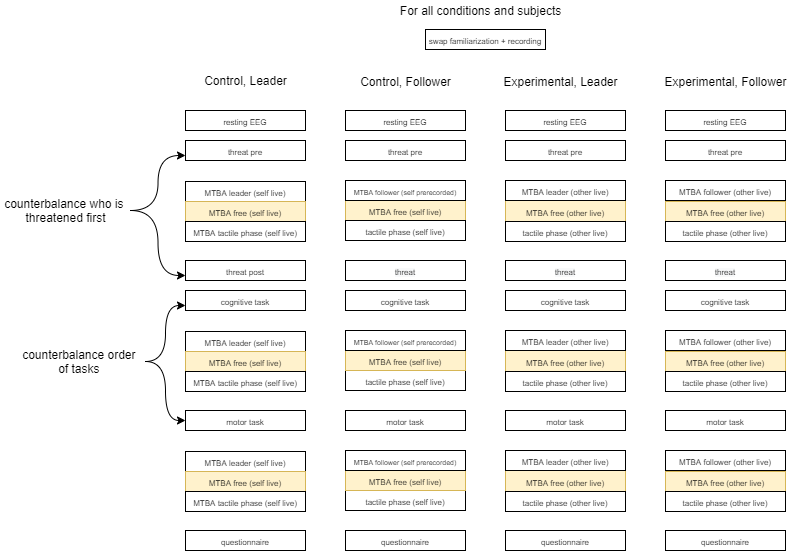
Above: Docs/Experiment Structure.png in BeAnotherLab/The-Machine-to-be-Another-Unity (draw.io), before the change. Source tidied: cells renumbered, new cells last; positions are measured from the earlier drawing's top-left corner, leaving out a move shared by most shapes.
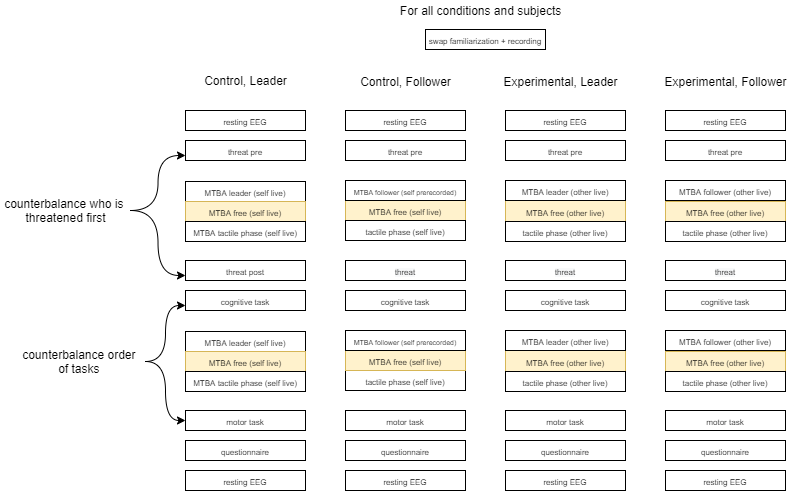
The same diagram one commit later.

What changed in the source:
```diff
@@ -66,16 +66,16 @@
       <mxGeometry x="665" y="110" width="120" height="20" as="geometry" />
     </mxCell>
     <mxCell id="23" value="&lt;span style=&quot;font-size: 8px&quot;&gt;questionnaire&lt;/span&gt;" style="rounded=0;whiteSpace=wrap;html=1;align=center;" parent="1" vertex="1">
-      <mxGeometry x="185" y="530" width="120" height="20" as="geometry" />
+      <mxGeometry x="185" y="440" width="120" height="20" as="geometry" />
     </mxCell>
     <mxCell id="24" value="&lt;span style=&quot;font-size: 8px&quot;&gt;questionnaire&lt;/span&gt;" style="rounded=0;whiteSpace=wrap;html=1;align=center;" parent="1" vertex="1">
-      <mxGeometry x="345" y="530" width="120" height="20" as="geometry" />
+      <mxGeometry x="345" y="440" width="120" height="20" as="geometry" />
     </mxCell>
     <mxCell id="25" value="&lt;span style=&quot;font-size: 8px&quot;&gt;questionnaire&lt;/span&gt;" style="rounded=0;whiteSpace=wrap;html=1;align=center;" parent="1" vertex="1">
-      <mxGeometry x="505" y="530" width="120" height="20" as="geometry" />
+      <mxGeometry x="505" y="440" width="120" height="20" as="geometry" />
     </mxCell>
     <mxCell id="26" value="&lt;span style=&quot;font-size: 8px&quot;&gt;questionnaire&lt;/span&gt;" style="rounded=0;whiteSpace=wrap;html=1;align=center;" parent="1" vertex="1">
-      <mxGeometry x="665" y="530" width="120" height="20" as="geometry" />
+      <mxGeometry x="665" y="440" width="120" height="20" as="geometry" />
     </mxCell>
     <mxCell id="27" value="&lt;span style=&quot;font-size: 8px&quot;&gt;swap familiarization + recording&lt;/span&gt;" style="rounded=0;whiteSpace=wrap;html=1;align=center;" parent="1" vertex="1">
       <mxGeometry x="425" y="29" width="120" height="20" as="geometry" />
@@ -176,47 +176,23 @@
     <mxCell id="59" value="counterbalance who is &lt;br&gt;threatened first " style="text;html=1;align=center;verticalAlign=middle;points=[];" parent="1" vertex="1">
       <mxGeometry y="195" width="130" height="30" as="geometry" />
     </mxCell>
-    <mxCell id="60" value="&lt;font style=&quot;font-size: 8px&quot;&gt;&lt;font style=&quot;font-size: 8px&quot;&gt;MTBA leader (self live)&lt;/font&gt;&lt;/font&gt;" style="rounded=0;whiteSpace=wrap;html=1;align=center;" parent="1" vertex="1">
-      <mxGeometry x="185" y="451" width="120" height="20" as="geometry" />
-    </mxCell>
-    <mxCell id="61" value="&lt;font style=&quot;font-size: 8px&quot;&gt;&lt;font style=&quot;font-size: 8px&quot;&gt;MTBA free (self live)&lt;/font&gt;&lt;/font&gt;" style="rounded=0;whiteSpace=wrap;html=1;align=center;fillColor=#fff2cc;strokeColor=#d6b656;" parent="1" vertex="1">
-      <mxGeometry x="185" y="471" width="120" height="20" as="geometry" />
-    </mxCell>
-    <mxCell id="62" value="&lt;span style=&quot;font-size: 8px&quot;&gt;MTBA tactile phase (self live)&lt;/span&gt;" style="rounded=0;whiteSpace=wrap;html=1;align=center;" parent="1" vertex="1">
-      <mxGeometry x="185" y="491" width="120" height="20" as="geometry" />
-    </mxCell>
-    <mxCell id="63" value="&lt;span style=&quot;font-size: 8px&quot;&gt;tactile phase (self live)&lt;/span&gt;" style="rounded=0;whiteSpace=wrap;html=1;align=center;" parent="1" vertex="1">
-      <mxGeometry x="345" y="490" width="120" height="20" as="geometry" />
-    </mxCell>
-    <mxCell id="64" value="&lt;font style=&quot;font-size: 8px&quot;&gt;&lt;font style=&quot;font-size: 8px&quot;&gt;MTBA free (other live&lt;/font&gt;)&lt;/font&gt;" style="rounded=0;whiteSpace=wrap;html=1;align=center;fillColor=#fff2cc;strokeColor=#d6b656;" parent="1" vertex="1">
-      <mxGeometry x="505" y="470" width="120" height="21" as="geometry" />
-    </mxCell>
-    <mxCell id="65" value="&lt;span style=&quot;font-size: 8px&quot;&gt;tactile phase (other live)&lt;/span&gt;" style="rounded=0;whiteSpace=wrap;html=1;align=center;" parent="1" vertex="1">
-      <mxGeometry x="505" y="491" width="120" height="20" as="geometry" />
-    </mxCell>
-    <mxCell id="66" value="&lt;font style=&quot;font-size: 8px&quot;&gt;&lt;font style=&quot;font-size: 8px&quot;&gt;MTBA free (other live&lt;/font&gt;)&lt;/font&gt;" style="rounded=0;whiteSpace=wrap;html=1;align=center;fillColor=#fff2cc;strokeColor=#d6b656;" parent="1" vertex="1">
-      <mxGeometry x="665" y="471" width="120" height="20" as="geometry" />
-    </mxCell>
-    <mxCell id="67" value="&lt;span style=&quot;font-size: 8px&quot;&gt;tactile phase (other live)&lt;/span&gt;" style="rounded=0;whiteSpace=wrap;html=1;align=center;" parent="1" vertex="1">
-      <mxGeometry x="665" y="491" width="120" height="20" as="geometry" />
-    </mxCell>
-    <mxCell id="68" value="&lt;font style=&quot;font-size: 8px&quot;&gt;&lt;font style=&quot;font-size: 8px&quot;&gt;MTBA leader (other live)&lt;/font&gt;&lt;/font&gt;" style="rounded=0;whiteSpace=wrap;html=1;align=center;" parent="1" vertex="1">
-      <mxGeometry x="505" y="450" width="120" height="20" as="geometry" />
-    </mxCell>
-    <mxCell id="69" value="&lt;font style=&quot;font-size: 8px&quot;&gt;&lt;font style=&quot;font-size: 8px&quot;&gt;MTBA follower (other live)&lt;/font&gt;&lt;/font&gt;" style="rounded=0;whiteSpace=wrap;html=1;align=center;" parent="1" vertex="1">
-      <mxGeometry x="665" y="450" width="120" height="20" as="geometry" />
-    </mxCell>
     <mxCell id="70" value="&lt;font style=&quot;font-size: 8px&quot;&gt;&lt;font style=&quot;font-size: 8px&quot;&gt;MTBA free (self live&lt;/font&gt;)&lt;/font&gt;" style="rounded=0;whiteSpace=wrap;html=1;align=center;fillColor=#fff2cc;strokeColor=#d6b656;" parent="1" vertex="1">
       <mxGeometry x="345" y="350" width="120" height="20" as="geometry" />
     </mxCell>
     <mxCell id="71" value="&lt;font style=&quot;font-size: 7px&quot;&gt;&lt;font style=&quot;font-size: 7px&quot;&gt;&lt;font style=&quot;font-size: 7px&quot;&gt;MTBA follower&amp;nbsp;&lt;/font&gt;&lt;/font&gt;&lt;font style=&quot;font-size: 7px&quot;&gt;(self prerecorded&lt;/font&gt;)&lt;/font&gt;" style="rounded=0;whiteSpace=wrap;html=1;align=center;" parent="1" vertex="1">
       <mxGeometry x="345" y="330" width="120" height="20" as="geometry" />
     </mxCell>
-    <mxCell id="72" value="&lt;font style=&quot;font-size: 8px&quot;&gt;&lt;font style=&quot;font-size: 8px&quot;&gt;MTBA free (self live&lt;/font&gt;)&lt;/font&gt;" style="rounded=0;whiteSpace=wrap;html=1;align=center;fillColor=#fff2cc;strokeColor=#d6b656;" parent="1" vertex="1">
-      <mxGeometry x="345" y="470" width="120" height="20" as="geometry" />
-    </mxCell>
-    <mxCell id="73" value="&lt;font style=&quot;font-size: 7px&quot;&gt;&lt;font style=&quot;font-size: 7px&quot;&gt;&lt;font style=&quot;font-size: 7px&quot;&gt;MTBA follower&amp;nbsp;&lt;/font&gt;&lt;/font&gt;&lt;font style=&quot;font-size: 7px&quot;&gt;(self prerecorded&lt;/font&gt;)&lt;/font&gt;" style="rounded=0;whiteSpace=wrap;html=1;align=center;" parent="1" vertex="1">
-      <mxGeometry x="345" y="450" width="120" height="20" as="geometry" />
-    </mxCell>
+    <mxCell id="74" value="&lt;span style=&quot;font-size: 8px&quot;&gt;resting EEG&lt;/span&gt;" style="rounded=0;whiteSpace=wrap;html=1;align=center;" parent="1" vertex="1">
+      <mxGeometry x="185" y="470" width="120" height="20" as="geometry" />
+    </mxCell>
+    <mxCell id="75" value="&lt;span style=&quot;font-size: 8px&quot;&gt;resting EEG&lt;/span&gt;" style="rounded=0;whiteSpace=wrap;html=1;align=center;" parent="1" vertex="1">
+      <mxGeometry x="345" y="470" width="120" height="20" as="geometry" />
+    </mxCell>
+    <mxCell id="76" value="&lt;span style=&quot;font-size: 8px&quot;&gt;resting EEG&lt;/span&gt;" style="rounded=0;whiteSpace=wrap;html=1;align=center;" parent="1" vertex="1">
+      <mxGeometry x="505" y="470" width="120" height="20" as="geometry" />
+    </mxCell>
+    <mxCell id="77" value="&lt;span style=&quot;font-size: 8px&quot;&gt;resting EEG&lt;/span&gt;" style="rounded=0;whiteSpace=wrap;html=1;align=center;" parent="1" vertex="1">
+      <mxGeometry x="665" y="470" width="120" height="20" as="geometry" />
+    </mxCell>
   </root>
 </mxGraphModel>
```
